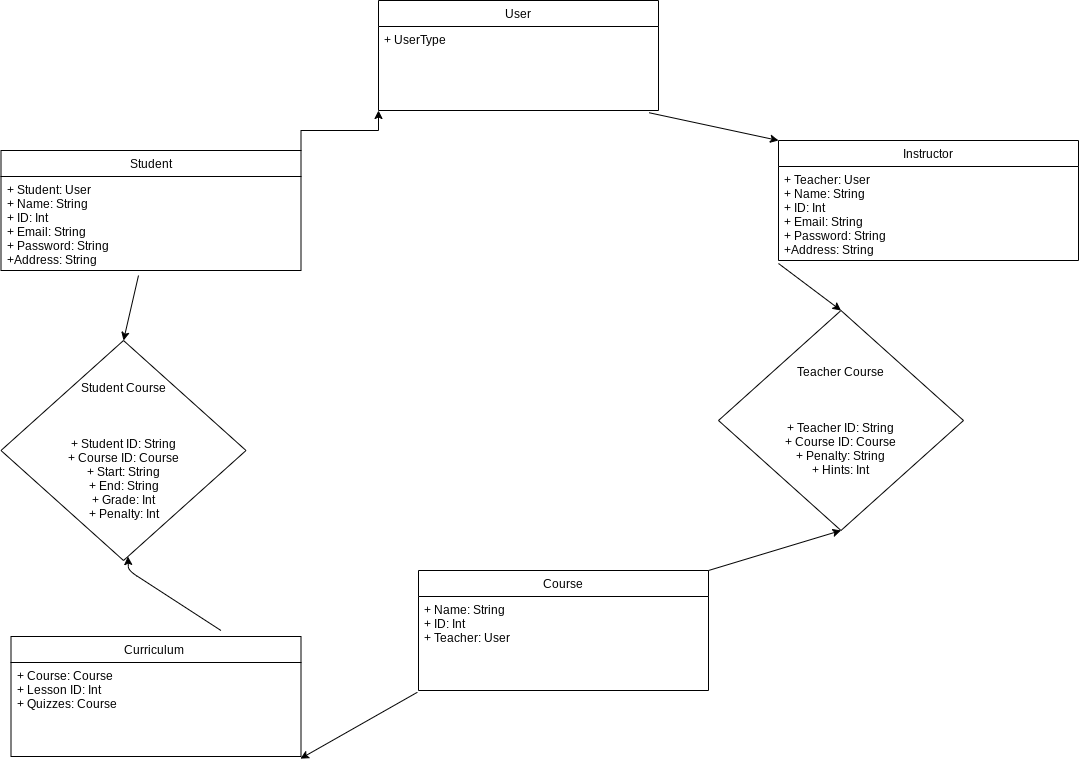
nekanem/Learn-Java keeps this draw.io diagram as design-documents/UMLDiagram.png. Above is the earlier version. Source tidied: cells renumbered, new cells last; positions are measured from the earlier drawing's top-left corner, leaving out a move shared by most shapes.
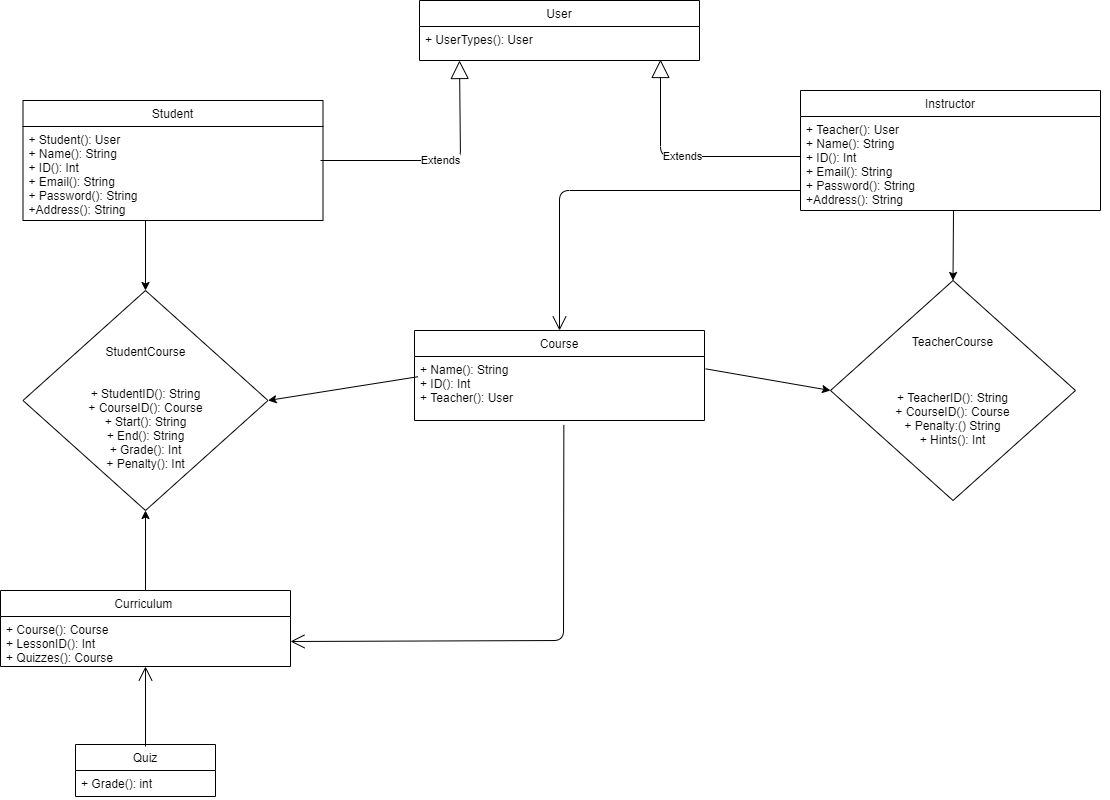
The same file after the commit.

Commit message:
Fixed UML diagram with more details.

The edit, as a diff of the source:
```diff
@@ -2,44 +2,41 @@
   <root>
     <mxCell id="0" />
     <mxCell id="1" parent="0" />
-    <mxCell id="2" style="edgeStyle=orthogonalEdgeStyle;rounded=0;jettySize=auto;html=1;exitX=1;exitY=0;exitDx=0;exitDy=0;entryX=0;entryY=1;entryDx=0;entryDy=0;" parent="1" edge="1" source="3" target="13">
-      <mxGeometry relative="1" as="geometry" />
-    </mxCell>
     <mxCell id="3" value="Student" style="swimlane;fontStyle=0;horizontal=1;startSize=26;fillColor=none;rotation=0;" parent="1" vertex="1">
       <mxGeometry x="0.5" y="150" width="300" height="120" as="geometry" />
     </mxCell>
-    <mxCell id="4" value="+ Student: User&#10;+ Name: String&#10;+ ID: Int&#10;+ Email: String&#10;+ Password: String&#10;+Address: String" style="text;strokeColor=none;fillColor=none;align=left;verticalAlign=top;spacingLeft=4;spacingRight=4;overflow=hidden;rotation=0;" parent="3" vertex="1">
+    <mxCell id="4" value="+ Student(): User&#10;+ Name(): String&#10;+ ID(): Int&#10;+ Email(): String&#10;+ Password(): String&#10;+Address(): String" style="text;strokeColor=none;fillColor=none;align=left;verticalAlign=top;spacingLeft=4;spacingRight=4;overflow=hidden;rotation=0;" parent="3" vertex="1">
       <mxGeometry y="26" width="300" height="94" as="geometry" />
     </mxCell>
     <mxCell id="5" value="Course" style="swimlane;fontStyle=0;horizontal=1;startSize=26;fillColor=none;rotation=0;" parent="1" vertex="1">
-      <mxGeometry x="418" y="570" width="290" height="120" as="geometry" />
+      <mxGeometry x="392" y="380" width="290" height="90" as="geometry" />
     </mxCell>
-    <mxCell id="6" value="+ Name: String&#10;+ ID: Int&#10;+ Teacher: User&#10;" style="text;strokeColor=none;fillColor=none;align=left;verticalAlign=top;spacingLeft=4;spacingRight=4;overflow=hidden;points=[[0,0.5],[1,0.5]];portConstraint=eastwest;rotation=0;" parent="5" vertex="1">
-      <mxGeometry y="26" width="290" height="94" as="geometry" />
+    <mxCell id="6" value="+ Name(): String&#10;+ ID(): Int&#10;+ Teacher(): User&#10;" style="text;strokeColor=none;fillColor=none;align=left;verticalAlign=top;spacingLeft=4;spacingRight=4;overflow=hidden;points=[[0,0.5],[1,0.5]];portConstraint=eastwest;rotation=0;" parent="5" vertex="1">
+      <mxGeometry y="26" width="290" height="64" as="geometry" />
     </mxCell>
     <mxCell id="7" value="Curriculum " style="swimlane;fontStyle=0;horizontal=1;startSize=26;fillColor=none;rotation=0;" parent="1" vertex="1">
-      <mxGeometry x="10.5" y="636" width="290" height="120" as="geometry" />
+      <mxGeometry x="-22" y="640" width="290" height="76" as="geometry" />
     </mxCell>
-    <mxCell id="8" value="+ Course: Course&#10;+ Lesson ID: Int&#10;+ Quizzes: Course&#10;" style="text;align=left;verticalAlign=top;spacingLeft=4;spacingRight=4;overflow=hidden;points=[[0,0.5],[1,0.5]];portConstraint=eastwest;rotation=0;" parent="7" vertex="1">
-      <mxGeometry y="26" width="290" height="94" as="geometry" />
+    <mxCell id="8" value="+ Course(): Course&#10;+ LessonID(): Int&#10;+ Quizzes(): Course&#10;" style="text;align=left;verticalAlign=top;spacingLeft=4;spacingRight=4;overflow=hidden;points=[[0,0.5],[1,0.5]];portConstraint=eastwest;rotation=0;" parent="7" vertex="1">
+      <mxGeometry y="26" width="290" height="50" as="geometry" />
     </mxCell>
-    <mxCell id="9" value="&lt;span style=&quot;text-align: left&quot;&gt;Student Course&lt;br&gt;&lt;br&gt;&lt;br&gt;&lt;br&gt;+ Student ID: String&lt;/span&gt;&lt;br style=&quot;padding: 0px ; margin: 0px ; text-align: left&quot;&gt;&lt;span style=&quot;text-align: left&quot;&gt;+ Course ID: Course&lt;/span&gt;&lt;br style=&quot;padding: 0px ; margin: 0px ; text-align: left&quot;&gt;&lt;span style=&quot;text-align: left&quot;&gt;+ Start: String&lt;/span&gt;&lt;br style=&quot;padding: 0px ; margin: 0px ; text-align: left&quot;&gt;&lt;span style=&quot;text-align: left&quot;&gt;+ End: String&lt;/span&gt;&lt;br style=&quot;padding: 0px ; margin: 0px ; text-align: left&quot;&gt;&lt;span style=&quot;text-align: left&quot;&gt;+ Grade: Int&lt;/span&gt;&lt;br style=&quot;padding: 0px ; margin: 0px ; text-align: left&quot;&gt;&lt;span style=&quot;text-align: left&quot;&gt;+ Penalty: Int&lt;/span&gt;" style="rhombus;whiteSpace=wrap;html=1;" parent="1" vertex="1">
+    <mxCell id="9" value="&lt;span style=&quot;text-align: left&quot;&gt;&lt;br&gt;StudentCourse&lt;br&gt;&lt;br&gt;&lt;br&gt;+ StudentID(): String&lt;/span&gt;&lt;br style=&quot;padding: 0px ; margin: 0px ; text-align: left&quot;&gt;&lt;span style=&quot;text-align: left&quot;&gt;+ CourseID(): Course&lt;/span&gt;&lt;br style=&quot;padding: 0px ; margin: 0px ; text-align: left&quot;&gt;&lt;span style=&quot;text-align: left&quot;&gt;+ Start(): String&lt;/span&gt;&lt;br style=&quot;padding: 0px ; margin: 0px ; text-align: left&quot;&gt;&lt;span style=&quot;text-align: left&quot;&gt;+ End(): String&lt;/span&gt;&lt;br style=&quot;padding: 0px ; margin: 0px ; text-align: left&quot;&gt;&lt;span style=&quot;text-align: left&quot;&gt;+ Grade(): Int&lt;/span&gt;&lt;br style=&quot;padding: 0px ; margin: 0px ; text-align: left&quot;&gt;&lt;span style=&quot;text-align: left&quot;&gt;+ Penalty(): Int&lt;/span&gt;" style="rhombus;whiteSpace=wrap;html=1;" parent="1" vertex="1">
       <mxGeometry x="0.5" y="340" width="245" height="220" as="geometry" />
     </mxCell>
-    <mxCell id="10" value="&lt;span style=&quot;text-align: left&quot;&gt;Teacher Course&lt;br&gt;&lt;br&gt;&lt;br&gt;&lt;br&gt;&lt;/span&gt;&lt;span style=&quot;text-align: left ; white-space: nowrap&quot;&gt;+ Teacher ID: String&lt;/span&gt;&lt;br style=&quot;padding: 0px ; margin: 0px ; text-align: left ; white-space: nowrap&quot;&gt;&lt;span style=&quot;text-align: left ; white-space: nowrap&quot;&gt;+ Course ID: Course&lt;/span&gt;&lt;br style=&quot;padding: 0px ; margin: 0px ; text-align: left ; white-space: nowrap&quot;&gt;&lt;span style=&quot;text-align: left ; white-space: nowrap&quot;&gt;+ Penalty: String&lt;/span&gt;&lt;br style=&quot;padding: 0px ; margin: 0px ; text-align: left ; white-space: nowrap&quot;&gt;&lt;span style=&quot;text-align: left ; white-space: nowrap&quot;&gt;+ Hints: Int&lt;/span&gt;&lt;span style=&quot;text-align: left&quot;&gt;&lt;br&gt;&lt;/span&gt;" style="rhombus;whiteSpace=wrap;html=1;" parent="1" vertex="1">
-      <mxGeometry x="718" y="310" width="245" height="220" as="geometry" />
+    <mxCell id="10" value="&lt;span style=&quot;text-align: left&quot;&gt;TeacherCourse&lt;br&gt;&lt;br&gt;&lt;br&gt;&lt;br&gt;&lt;/span&gt;&lt;span style=&quot;text-align: left ; white-space: nowrap&quot;&gt;+ TeacherID(): String&lt;/span&gt;&lt;br style=&quot;padding: 0px ; margin: 0px ; text-align: left ; white-space: nowrap&quot;&gt;&lt;span style=&quot;text-align: left ; white-space: nowrap&quot;&gt;+ CourseID(): Course&lt;/span&gt;&lt;br style=&quot;padding: 0px ; margin: 0px ; text-align: left ; white-space: nowrap&quot;&gt;&lt;span style=&quot;text-align: left ; white-space: nowrap&quot;&gt;+ Penalty:() String&lt;/span&gt;&lt;br style=&quot;padding: 0px ; margin: 0px ; text-align: left ; white-space: nowrap&quot;&gt;&lt;span style=&quot;text-align: left ; white-space: nowrap&quot;&gt;+ Hints(): Int&lt;/span&gt;&lt;span style=&quot;text-align: left&quot;&gt;&lt;br&gt;&lt;/span&gt;" style="rhombus;whiteSpace=wrap;html=1;" parent="1" vertex="1">
+      <mxGeometry x="808" y="330" width="245" height="220" as="geometry" />
     </mxCell>
-    <mxCell id="11" style="endArrow=classic;html=1;exitX=1;exitY=0;exitDx=0;exitDy=0;entryX=0.5;entryY=1;entryDx=0;entryDy=0;" parent="1" edge="1" source="5" target="10">
+    <mxCell id="11" style="endArrow=classic;html=1;entryX=0;entryY=0.5;entryDx=0;entryDy=0;exitX=1.004;exitY=0.193;exitDx=0;exitDy=0;exitPerimeter=0;" parent="1" edge="1" source="6" target="10">
       <mxGeometry relative="1" as="geometry" />
     </mxCell>
-    <mxCell id="12" style="endArrow=classic;html=1;exitX=-0.004;exitY=1.019;exitDx=0;exitDy=0;exitPerimeter=0;entryX=0.998;entryY=1.023;entryDx=0;entryDy=0;entryPerimeter=0;" parent="1" edge="1" source="6" target="8">
+    <mxCell id="12" style="endArrow=classic;html=1;entryX=1;entryY=0.5;entryDx=0;entryDy=0;exitX=0.012;exitY=0.316;exitDx=0;exitDy=0;exitPerimeter=0;" parent="1" edge="1" source="6" target="9">
       <mxGeometry relative="1" as="geometry" />
     </mxCell>
     <mxCell id="13" value="User" style="swimlane;fontStyle=0;horizontal=1;startSize=26;fillColor=none;rotation=0;" parent="1" vertex="1">
-      <mxGeometry x="378" width="280" height="110" as="geometry" />
+      <mxGeometry x="397" y="50" width="280" height="60" as="geometry" />
     </mxCell>
-    <mxCell id="14" value="+ UserType&#10;" style="text;strokeColor=none;fillColor=none;align=left;verticalAlign=top;spacingLeft=4;spacingRight=4;overflow=hidden;points=[[0,0.5],[1,0.5]];portConstraint=eastwest;rotation=0;" parent="13" vertex="1">
-      <mxGeometry y="26" width="280" height="84" as="geometry" />
+    <mxCell id="14" value="+ UserTypes(): User " style="text;strokeColor=none;fillColor=none;align=left;verticalAlign=top;spacingLeft=4;spacingRight=4;overflow=hidden;points=[[0,0.5],[1,0.5]];portConstraint=eastwest;rotation=0;" parent="13" vertex="1">
+      <mxGeometry y="26" width="280" height="34" as="geometry" />
     </mxCell>
     <mxCell id="15" value="Instructor" style="swimlane;fontStyle=0;horizontal=1;startSize=26;fillColor=none;rotation=0;" parent="1" vertex="1">
       <mxGeometry x="778" y="140" width="300" height="120" as="geometry" />
@@ -47,28 +44,66 @@
     <mxCell id="16" style="edgeStyle=orthogonalEdgeStyle;rounded=0;orthogonalLoop=1;jettySize=auto;html=1;exitX=1;exitY=0.5;exitDx=0;exitDy=0;" parent="15" edge="1" source="17" target="17">
       <mxGeometry relative="1" as="geometry" />
     </mxCell>
-    <mxCell id="17" value="+ Teacher: User&#10;+ Name: String&#10;+ ID: Int&#10;+ Email: String&#10;+ Password: String&#10;+Address: String" style="text;strokeColor=none;fillColor=none;align=left;verticalAlign=top;spacingLeft=4;spacingRight=4;overflow=hidden;points=[[0,0.5],[1,0.5]];portConstraint=eastwest;rotation=0;" parent="15" vertex="1">
+    <mxCell id="17" value="+ Teacher(): User&#10;+ Name(): String&#10;+ ID(): Int&#10;+ Email(): String&#10;+ Password(): String&#10;+Address(): String" style="text;strokeColor=none;fillColor=none;align=left;verticalAlign=top;spacingLeft=4;spacingRight=4;overflow=hidden;points=[[0,0.5],[1,0.5]];portConstraint=eastwest;rotation=0;" parent="15" vertex="1">
       <mxGeometry y="26" width="300" height="94" as="geometry" />
     </mxCell>
     <mxCell id="18" style="endArrow=classic;html=1;entryX=0.5;entryY=0;entryDx=0;entryDy=0;" parent="1" edge="1" target="10">
       <mxGeometry relative="1" as="geometry">
-        <mxPoint x="778" y="263" as="sourcePoint" />
+        <mxPoint x="931" y="260" as="sourcePoint" />
       </mxGeometry>
     </mxCell>
-    <mxCell id="19" style="endArrow=classic;html=1;exitX=0.724;exitY=-0.05;exitDx=0;exitDy=0;exitPerimeter=0;" parent="1" edge="1" source="7" target="9">
-      <mxGeometry relative="1" as="geometry">
-        <Array as="points">
-          <mxPoint x="128" y="570" />
-        </Array>
-      </mxGeometry>
+    <mxCell id="19" style="endArrow=classic;html=1;exitX=0.5;exitY=0;exitDx=0;exitDy=0;" parent="1" edge="1" source="7" target="9">
+      <mxGeometry relative="1" as="geometry" />
     </mxCell>
     <mxCell id="20" style="endArrow=classic;html=1;entryX=0.5;entryY=0;entryDx=0;entryDy=0;" parent="1" edge="1" target="9">
       <mxGeometry relative="1" as="geometry">
-        <mxPoint x="138" y="275" as="sourcePoint" />
+        <mxPoint x="123" y="270" as="sourcePoint" />
       </mxGeometry>
     </mxCell>
-    <mxCell id="21" style="endArrow=classic;html=1;exitX=0.967;exitY=1.027;exitDx=0;exitDy=0;exitPerimeter=0;entryX=0;entryY=0;entryDx=0;entryDy=0;" parent="1" edge="1" source="14" target="15">
-      <mxGeometry relative="1" as="geometry" />
-    </mxCell>
+    <mxCell id="22" value="Extends" style="endArrow=block;endSize=16;endFill=0;html=1;" parent="1" edge="1">
+      <mxGeometry relative="1" as="geometry">
+        <mxPoint x="298" y="210" as="sourcePoint" />
+        <mxPoint x="437" y="110" as="targetPoint" />
+        <Array as="points">
+          <mxPoint x="438" y="210" />
+        </Array>
+      </mxGeometry>
+    </mxCell>
+    <mxCell id="23" value="Extends" style="endArrow=block;endSize=16;endFill=0;html=1;" parent="1" edge="1">
+      <mxGeometry relative="1" as="geometry">
+        <mxPoint x="778" y="206" as="sourcePoint" />
+        <mxPoint x="638" y="109" as="targetPoint" />
+        <Array as="points">
+          <mxPoint x="638" y="206" />
+        </Array>
+      </mxGeometry>
+    </mxCell>
+    <mxCell id="24" value="Quiz" style="swimlane;fontStyle=0;horizontal=1;startSize=26;fillColor=none;" parent="1" vertex="1">
+      <mxGeometry x="53" y="794" width="140" height="52" as="geometry" />
+    </mxCell>
+    <mxCell id="25" value="+ Grade(): int" style="text;strokeColor=none;fillColor=none;align=left;verticalAlign=top;spacingLeft=4;spacingRight=4;overflow=hidden;" parent="24" vertex="1">
+      <mxGeometry y="26" width="140" height="26" as="geometry" />
+    </mxCell>
+    <mxCell id="26" style="endArrow=open;endFill=1;endSize=12;html=1;exitX=0.5;exitY=0;exitDx=0;exitDy=0;" parent="1" edge="1">
+      <mxGeometry relative="1" as="geometry">
+        <mxPoint x="123" y="796" as="sourcePoint" />
+        <mxPoint x="123" y="716" as="targetPoint" />
+      </mxGeometry>
+    </mxCell>
+    <mxCell id="27" style="endArrow=open;endFill=1;endSize=12;html=1;entryX=1;entryY=0.5;entryDx=0;entryDy=0;exitX=0.515;exitY=1.069;exitDx=0;exitDy=0;exitPerimeter=0;" parent="1" edge="1" source="6" target="8">
+      <mxGeometry relative="1" as="geometry">
+        <Array as="points">
+          <mxPoint x="541" y="690" />
+        </Array>
+      </mxGeometry>
+    </mxCell>
+    <mxCell id="28" style="endArrow=open;endFill=1;endSize=12;html=1;entryX=0.5;entryY=0;entryDx=0;entryDy=0;" parent="1" edge="1" target="5">
+      <mxGeometry relative="1" as="geometry">
+        <mxPoint x="778" y="240" as="sourcePoint" />
+        <Array as="points">
+          <mxPoint x="537" y="240" />
+        </Array>
+      </mxGeometry>
+    </mxCell>
   </root>
 </mxGraphModel>
```
